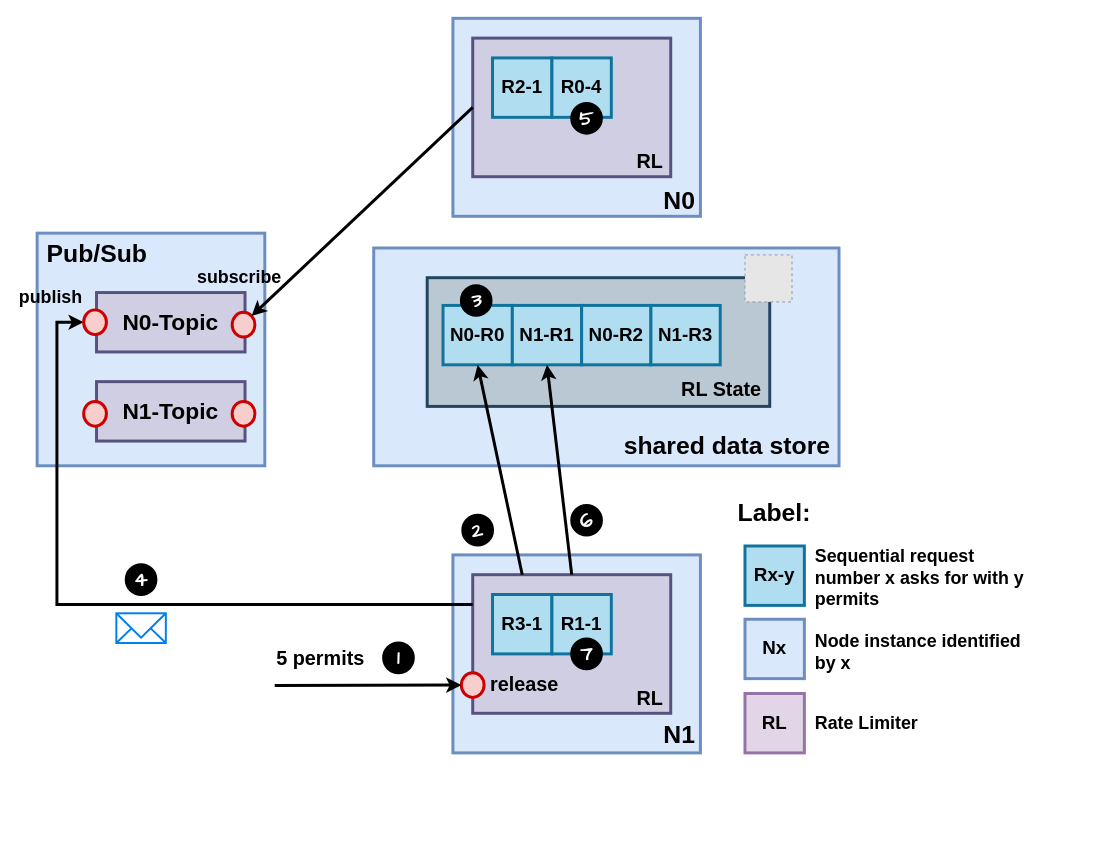
Before: page "distributed-rate-limiting" (13 of 14) of docs/drawio/kresil-diagrams.drawio in kresil/project-documentation, a draw.io diagram. Source tidied: cells renumbered, new cells numbered last; positions are measured from the earlier drawing's top-left corner, leaving out a move shared by most shapes. Both pictures are drawn from the tidied source at 99%, with x=0, y=0 at pixel (17, 18). Pictures stored in the file or linked from it are replaced by grey dashed boxes.
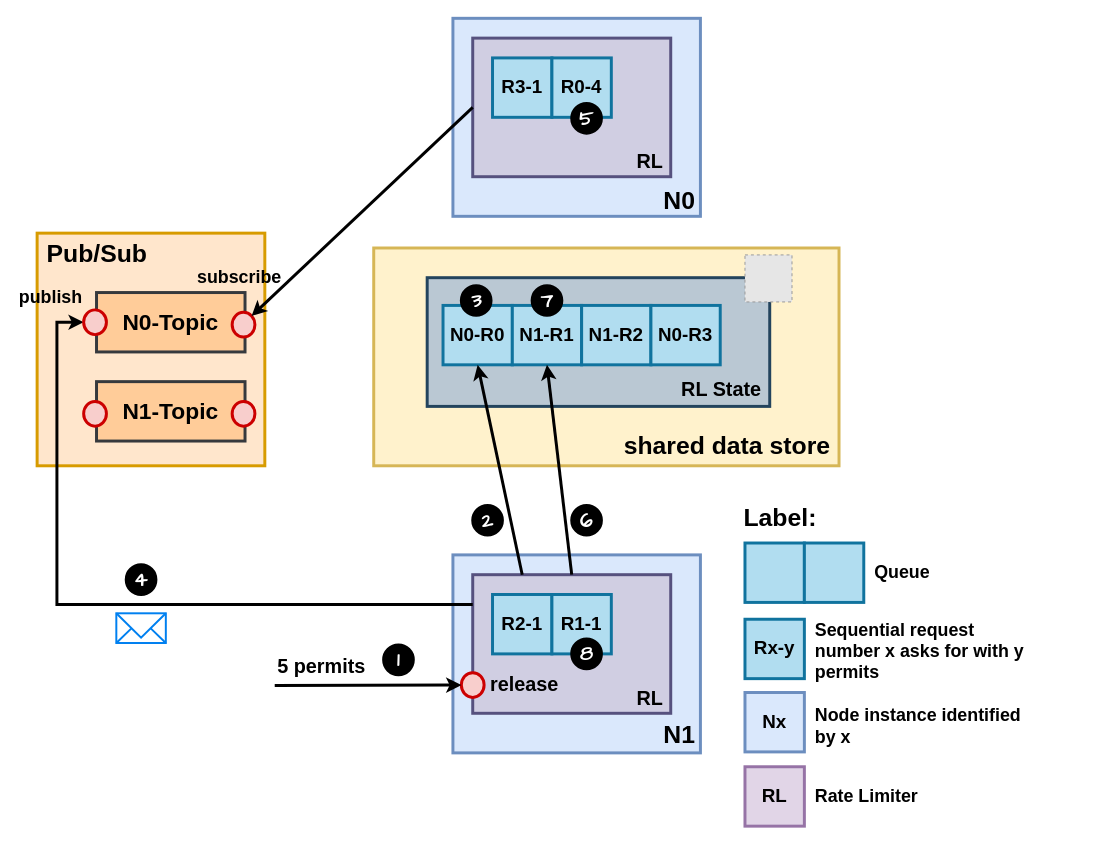
The same page after the edit.

Change to the diagram source:
```diff
@@
-    <mxCell id="4" value="&lt;b&gt;&lt;font style=&quot;font-size: 19px;&quot;&gt;R2-1&lt;/font&gt;&lt;/b&gt;" style="rounded=0;whiteSpace=wrap;html=1;fillColor=#b1ddf0;strokeColor=#10739e;strokeWidth=3;fillStyle=solid;" parent="1" vertex="1">
+    <mxCell id="4" value="&lt;b&gt;&lt;font style=&quot;font-size: 19px;&quot;&gt;R3-1&lt;/font&gt;&lt;/b&gt;" style="rounded=0;whiteSpace=wrap;html=1;fillColor=#b1ddf0;strokeColor=#10739e;strokeWidth=3;fillStyle=solid;" parent="1" vertex="1">
       <mxGeometry x="480" y="40" width="60" height="60" as="geometry" />
     </mxCell>
@@
-    <mxCell id="10" value="&lt;b&gt;&lt;font style=&quot;font-size: 19px;&quot;&gt;R3-1&lt;/font&gt;&lt;/b&gt;" style="rounded=0;whiteSpace=wrap;html=1;fillColor=#b1ddf0;strokeColor=#10739e;strokeWidth=3;fillStyle=solid;" parent="1" vertex="1">
+    <mxCell id="10" value="&lt;b&gt;&lt;font style=&quot;font-size: 19px;&quot;&gt;R2-1&lt;/font&gt;&lt;/b&gt;" style="rounded=0;whiteSpace=wrap;html=1;fillColor=#b1ddf0;strokeColor=#10739e;strokeWidth=3;fillStyle=solid;" parent="1" vertex="1">
       <mxGeometry x="480" y="582" width="60" height="60" as="geometry" />
     </mxCell>
@@
-    <mxCell id="14" style="rounded=0;whiteSpace=wrap;html=1;fillColor=#dae8fc;fillStyle=solid;strokeWidth=3;shadow=0;strokeColor=#6c8ebf;" parent="1" vertex="1">
+    <mxCell id="14" style="rounded=0;whiteSpace=wrap;html=1;fillColor=#fff2cc;fillStyle=solid;strokeWidth=3;shadow=0;strokeColor=#d6b656;" parent="1" vertex="1">
       <mxGeometry x="360" y="232" width="470" height="220" as="geometry" />
     </mxCell>
@@
-    <mxCell id="20" value="&lt;b&gt;&lt;font style=&quot;font-size: 19px;&quot;&gt;N0-R2&lt;/font&gt;&lt;/b&gt;" style="rounded=0;whiteSpace=wrap;html=1;fillColor=#b1ddf0;strokeColor=#10739e;strokeWidth=3;fillStyle=solid;" parent="1" vertex="1">
+    <mxCell id="20" value="&lt;b&gt;&lt;font style=&quot;font-size: 19px;&quot;&gt;N1-R2&lt;/font&gt;&lt;/b&gt;" style="rounded=0;whiteSpace=wrap;html=1;fillColor=#b1ddf0;strokeColor=#10739e;strokeWidth=3;fillStyle=solid;" parent="1" vertex="1">
       <mxGeometry x="570" y="290" width="70" height="60" as="geometry" />
     </mxCell>
-    <mxCell id="21" value="&lt;b&gt;&lt;font style=&quot;font-size: 19px;&quot;&gt;N1-R3&lt;/font&gt;&lt;/b&gt;" style="rounded=0;whiteSpace=wrap;html=1;fillColor=#b1ddf0;strokeColor=#10739e;strokeWidth=3;fillStyle=solid;" parent="1" vertex="1">
+    <mxCell id="21" value="&lt;b&gt;&lt;font style=&quot;font-size: 19px;&quot;&gt;N0-R3&lt;/font&gt;&lt;/b&gt;" style="rounded=0;whiteSpace=wrap;html=1;fillColor=#b1ddf0;strokeColor=#10739e;strokeWidth=3;fillStyle=solid;" parent="1" vertex="1">
       <mxGeometry x="640" y="290" width="70" height="60" as="geometry" />
     </mxCell>
@@
     <mxCell id="25" value="&lt;font color=&quot;#ffffff&quot; size=&quot;1&quot; face=&quot;Comic Sans MS&quot;&gt;&lt;b style=&quot;font-size: 20px;&quot;&gt;1&lt;/b&gt;&lt;/font&gt;" style="ellipse;whiteSpace=wrap;html=1;fillColor=#000000;strokeColor=#000000;strokeWidth=3;" parent="1" vertex="1">
-      <mxGeometry x="370" y="631" width="30" height="30" as="geometry" />
+      <mxGeometry x="370" y="633" width="30" height="30" as="geometry" />
     </mxCell>
     <mxCell id="26" value="&lt;font color=&quot;#ffffff&quot; size=&quot;1&quot; face=&quot;Comic Sans MS&quot;&gt;&lt;b style=&quot;font-size: 20px;&quot;&gt;2&lt;/b&gt;&lt;/font&gt;" style="ellipse;whiteSpace=wrap;html=1;fillColor=#000000;strokeColor=#000000;strokeWidth=3;" parent="1" vertex="1">
-      <mxGeometry x="450" y="502" width="30" height="30" as="geometry" />
+      <mxGeometry x="460" y="492" width="30" height="30" as="geometry" />
     </mxCell>
@@
     <mxCell id="32" value="&lt;b style=&quot;forced-color-adjust: none; color: rgb(0, 0, 0); font-family: Helvetica; font-style: normal; font-variant-ligatures: normal; font-variant-caps: normal; letter-spacing: normal; orphans: 2; text-align: center; text-indent: 0px; text-transform: none; widows: 2; word-spacing: 0px; -webkit-text-stroke-width: 0px; white-space: normal; text-decoration-thickness: initial; text-decoration-style: initial; text-decoration-color: initial;&quot;&gt;&lt;font style=&quot;forced-color-adjust: none; font-size: 20px;&quot;&gt;5 permits&lt;/font&gt;&lt;/b&gt;" style="text;whiteSpace=wrap;html=1;" parent="1" vertex="1">
-      <mxGeometry x="260" y="628" width="100" height="40" as="geometry" />
+      <mxGeometry x="261" y="636" width="100" height="40" as="geometry" />
     </mxCell>
-    <mxCell id="33" style="rounded=0;whiteSpace=wrap;html=1;fillColor=#dae8fc;fillStyle=solid;strokeWidth=3;shadow=0;strokeColor=#6c8ebf;" parent="1" vertex="1">
+    <mxCell id="33" style="rounded=0;whiteSpace=wrap;html=1;fillStyle=solid;strokeWidth=3;shadow=0;fillColor=#ffe6cc;strokeColor=#d79b00;" parent="1" vertex="1">
       <mxGeometry x="20" y="217" width="230" height="235" as="geometry" />
     </mxCell>
-    <mxCell id="34" value="&lt;font style=&quot;font-size: 23px;&quot;&gt;&lt;b&gt;&lt;font style=&quot;font-size: 23px;&quot;&gt;N0-&lt;/font&gt;&lt;span style=&quot;background-color: initial;&quot;&gt;&lt;font style=&quot;font-size: 23px;&quot;&gt;Topic&lt;/font&gt;&lt;/span&gt;&lt;/b&gt;&lt;/font&gt;" style="rounded=0;whiteSpace=wrap;html=1;fillColor=#d0cee2;fillStyle=solid;strokeWidth=3;shadow=0;strokeColor=#56517e;" parent="1" vertex="1">
+    <mxCell id="34" value="&lt;font style=&quot;font-size: 23px;&quot;&gt;&lt;b&gt;&lt;font style=&quot;font-size: 23px;&quot;&gt;N0-&lt;/font&gt;&lt;span style=&quot;background-color: initial;&quot;&gt;&lt;font style=&quot;font-size: 23px;&quot;&gt;Topic&lt;/font&gt;&lt;/span&gt;&lt;/b&gt;&lt;/font&gt;" style="rounded=0;whiteSpace=wrap;html=1;fillColor=#ffcc99;fillStyle=solid;strokeWidth=3;shadow=0;strokeColor=#36393d;" parent="1" vertex="1">
       <mxGeometry x="80" y="277" width="150" height="60" as="geometry" />
     </mxCell>
@@
-    <mxCell id="36" value="&lt;font style=&quot;font-size: 23px;&quot;&gt;&lt;b&gt;&lt;font style=&quot;font-size: 23px;&quot;&gt;N1-&lt;/font&gt;&lt;span style=&quot;background-color: initial;&quot;&gt;&lt;font style=&quot;font-size: 23px;&quot;&gt;Topic&lt;/font&gt;&lt;/span&gt;&lt;/b&gt;&lt;/font&gt;" style="rounded=0;whiteSpace=wrap;html=1;fillColor=#d0cee2;fillStyle=solid;strokeWidth=3;shadow=0;strokeColor=#56517e;" parent="1" vertex="1">
+    <mxCell id="36" value="&lt;font style=&quot;font-size: 23px;&quot;&gt;&lt;b&gt;&lt;font style=&quot;font-size: 23px;&quot;&gt;N1-&lt;/font&gt;&lt;span style=&quot;background-color: initial;&quot;&gt;&lt;font style=&quot;font-size: 23px;&quot;&gt;Topic&lt;/font&gt;&lt;/span&gt;&lt;/b&gt;&lt;/font&gt;" style="rounded=0;whiteSpace=wrap;html=1;fillColor=#ffcc99;fillStyle=solid;strokeWidth=3;shadow=0;strokeColor=#36393d;" parent="1" vertex="1">
       <mxGeometry x="80" y="367" width="150" height="60" as="geometry" />
     </mxCell>
@@
-    <mxCell id="47" value="&lt;font color=&quot;#ffffff&quot; size=&quot;1&quot; face=&quot;Comic Sans MS&quot;&gt;&lt;b style=&quot;font-size: 20px;&quot;&gt;7&lt;/b&gt;&lt;/font&gt;" style="ellipse;whiteSpace=wrap;html=1;fillColor=#000000;strokeColor=#000000;strokeWidth=3;" parent="1" vertex="1">
+    <mxCell id="47" value="&lt;font face=&quot;Comic Sans MS&quot; color=&quot;#ffffff&quot;&gt;&lt;span style=&quot;font-size: 20px;&quot;&gt;&lt;b&gt;8&lt;/b&gt;&lt;/span&gt;&lt;/font&gt;" style="ellipse;whiteSpace=wrap;html=1;fillColor=#000000;strokeColor=#000000;strokeWidth=3;" parent="1" vertex="1">
       <mxGeometry x="560" y="627" width="30" height="30" as="geometry" />
     </mxCell>
-    <mxCell id="48" value="&lt;b style=&quot;forced-color-adjust: none; color: rgb(0, 0, 0); font-family: Helvetica; font-style: normal; font-variant-ligatures: normal; font-variant-caps: normal; letter-spacing: normal; orphans: 2; text-align: center; text-indent: 0px; text-transform: none; widows: 2; word-spacing: 0px; -webkit-text-stroke-width: 0px; white-space: normal; text-decoration-thickness: initial; text-decoration-style: initial; text-decoration-color: initial;&quot;&gt;&lt;font style=&quot;forced-color-adjust: none; font-size: 25px;&quot;&gt;Label:&lt;/font&gt;&lt;/b&gt;&lt;div&gt;&lt;b style=&quot;forced-color-adjust: none; color: rgb(0, 0, 0); font-family: Helvetica; font-style: normal; font-variant-ligatures: normal; font-variant-caps: normal; letter-spacing: normal; orphans: 2; text-align: center; text-indent: 0px; text-transform: none; widows: 2; word-spacing: 0px; -webkit-text-stroke-width: 0px; white-space: normal; text-decoration-thickness: initial; text-decoration-style: initial; text-decoration-color: initial;&quot;&gt;&lt;font style=&quot;forced-color-adjust: none; font-size: 25px;&quot;&gt;&lt;br&gt;&lt;/font&gt;&lt;/b&gt;&lt;/div&gt;" style="text;whiteSpace=wrap;html=1;" parent="1" vertex="1">
-      <mxGeometry x="726" y="477" width="209" height="40" as="geometry" />
+    <mxCell id="48" value="&lt;b style=&quot;forced-color-adjust: none; color: rgb(0, 0, 0); font-family: Helvetica; font-style: normal; font-variant-ligatures: normal; font-variant-caps: normal; letter-spacing: normal; orphans: 2; text-align: center; text-indent: 0px; text-transform: none; widows: 2; word-spacing: 0px; -webkit-text-stroke-width: 0px; white-space: normal; text-decoration-thickness: initial; text-decoration-style: initial; text-decoration-color: initial; font-size: 25px;&quot;&gt;&lt;font style=&quot;forced-color-adjust: none; font-size: 25px;&quot;&gt;Label:&lt;/font&gt;&lt;/b&gt;&lt;div style=&quot;font-size: 25px;&quot;&gt;&lt;b style=&quot;forced-color-adjust: none; color: rgb(0, 0, 0); font-family: Helvetica; font-style: normal; font-variant-ligatures: normal; font-variant-caps: normal; letter-spacing: normal; orphans: 2; text-align: center; text-indent: 0px; text-transform: none; widows: 2; word-spacing: 0px; -webkit-text-stroke-width: 0px; white-space: normal; text-decoration-thickness: initial; text-decoration-style: initial; text-decoration-color: initial;&quot;&gt;&lt;font style=&quot;forced-color-adjust: none; font-size: 25px;&quot;&gt;&lt;br&gt;&lt;/font&gt;&lt;/b&gt;&lt;/div&gt;" style="text;whiteSpace=wrap;html=1;" parent="1" vertex="1">
+      <mxGeometry x="732" y="482" width="209" height="40" as="geometry" />
     </mxCell>
     <mxCell id="49" value="&lt;b&gt;&lt;font style=&quot;font-size: 19px;&quot;&gt;Rx-y&lt;/font&gt;&lt;/b&gt;" style="rounded=0;whiteSpace=wrap;html=1;fillColor=#b1ddf0;strokeColor=#10739e;strokeWidth=3;fillStyle=solid;" parent="1" vertex="1">
-      <mxGeometry x="735" y="533" width="60" height="60" as="geometry" />
+      <mxGeometry x="735" y="607" width="60" height="60" as="geometry" />
     </mxCell>
     <mxCell id="50" value="&lt;div style=&quot;&quot;&gt;&lt;span style=&quot;background-color: initial;&quot;&gt;&lt;b style=&quot;&quot;&gt;&lt;font style=&quot;font-size: 18px;&quot;&gt;Sequential request number x asks for with y permits&lt;/font&gt;&lt;/b&gt;&lt;/span&gt;&lt;/div&gt;" style="text;whiteSpace=wrap;html=1;align=left;" parent="1" vertex="1">
-      <mxGeometry x="804" y="527" width="223" height="44" as="geometry" />
+      <mxGeometry x="804" y="601" width="223" height="44" as="geometry" />
     </mxCell>
     <mxCell id="51" value="&lt;b&gt;&lt;font style=&quot;font-size: 19px;&quot;&gt;Nx&lt;/font&gt;&lt;/b&gt;" style="rounded=0;whiteSpace=wrap;html=1;fillColor=#dae8fc;strokeColor=#6c8ebf;strokeWidth=3;fillStyle=solid;" parent="1" vertex="1">
-      <mxGeometry x="735" y="607" width="60" height="60" as="geometry" />
+      <mxGeometry x="735" y="681" width="60" height="60" as="geometry" />
     </mxCell>
     <mxCell id="52" value="&lt;div style=&quot;&quot;&gt;&lt;span style=&quot;background-color: initial;&quot;&gt;&lt;b style=&quot;&quot;&gt;&lt;font style=&quot;font-size: 18px;&quot;&gt;Node instance identified by x&lt;/font&gt;&lt;/b&gt;&lt;/span&gt;&lt;/div&gt;" style="text;whiteSpace=wrap;html=1;align=left;" parent="1" vertex="1">
-      <mxGeometry x="804" y="613" width="223" height="44" as="geometry" />
+      <mxGeometry x="804" y="687" width="223" height="44" as="geometry" />
     </mxCell>
     <mxCell id="53" value="&lt;b&gt;&lt;font style=&quot;font-size: 19px;&quot;&gt;RL&lt;/font&gt;&lt;/b&gt;" style="rounded=0;whiteSpace=wrap;html=1;fillColor=#e1d5e7;strokeColor=#9673a6;strokeWidth=3;fillStyle=solid;" parent="1" vertex="1">
-      <mxGeometry x="735" y="682" width="60" height="60" as="geometry" />
+      <mxGeometry x="735" y="756" width="60" height="60" as="geometry" />
     </mxCell>
     <mxCell id="54" value="&lt;div style=&quot;text-align: center;&quot;&gt;&lt;span style=&quot;background-color: initial;&quot;&gt;&lt;b style=&quot;&quot;&gt;&lt;font style=&quot;font-size: 18px;&quot;&gt;Rate Limiter&lt;/font&gt;&lt;/b&gt;&lt;/span&gt;&lt;/div&gt;" style="text;whiteSpace=wrap;html=1;" parent="1" vertex="1">
-      <mxGeometry x="804" y="695" width="223" height="44" as="geometry" />
+      <mxGeometry x="804" y="769" width="223" height="44" as="geometry" />
     </mxCell>
@@
+    <mxCell id="57" value="&lt;font color=&quot;#ffffff&quot; size=&quot;1&quot; face=&quot;Comic Sans MS&quot;&gt;&lt;b style=&quot;font-size: 20px;&quot;&gt;7&lt;/b&gt;&lt;/font&gt;" style="ellipse;whiteSpace=wrap;html=1;fillColor=#000000;strokeColor=#000000;strokeWidth=3;" parent="1" vertex="1">
+      <mxGeometry x="520" y="270" width="30" height="30" as="geometry" />
+    </mxCell>
+    <mxCell id="58" style="rounded=0;whiteSpace=wrap;html=1;fillColor=#b1ddf0;strokeColor=#10739e;strokeWidth=3;fillStyle=solid;" parent="1" vertex="1">
+      <mxGeometry x="735" y="530" width="60" height="60" as="geometry" />
+    </mxCell>
+    <mxCell id="59" style="rounded=0;whiteSpace=wrap;html=1;fillColor=#b1ddf0;strokeColor=#10739e;strokeWidth=3;fillStyle=solid;" parent="1" vertex="1">
+      <mxGeometry x="795" y="530" width="60" height="60" as="geometry" />
+    </mxCell>
+    <mxCell id="60" value="&lt;div style=&quot;&quot;&gt;&lt;span style=&quot;font-size: 18px;&quot;&gt;&lt;b&gt;Queue&lt;/b&gt;&lt;/span&gt;&lt;/div&gt;" style="text;whiteSpace=wrap;html=1;align=left;" parent="1" vertex="1">
+      <mxGeometry x="864" y="543" width="223" height="44" as="geometry" />
+    </mxCell>
```
